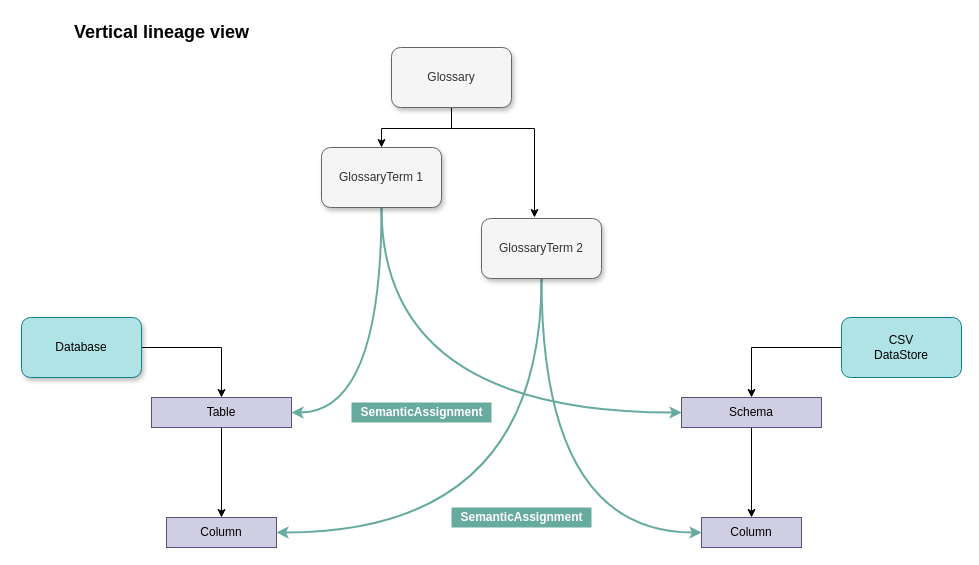
Earlier version of the draw.io diagram page "vertical-view" (4 of 4) of site/docs/features/lineage-management/open-lineage-server.drawio (odpi/egeria-docs). Source tidied: cells renumbered, new cells numbered last; positions are measured from the earlier drawing's top-left corner, leaving out a move shared by most shapes. Both pictures are drawn from the tidied source at 100%, with x=0, y=0 at pixel (21, 17).
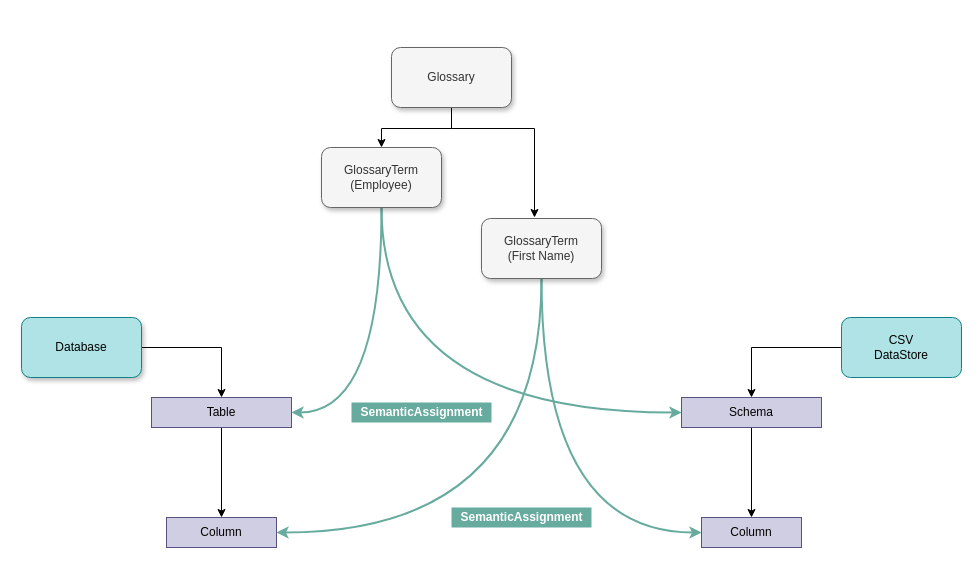
After the change.

Commit message (it also covers changes not shown here):
Add Open lineage server sections in docs

Diff of the diagram source:
```diff
@@
-    <mxCell id="12" value="GlossaryTerm 2" style="rounded=1;whiteSpace=wrap;html=1;fillColor=#f5f5f5;strokeColor=#666666;shadow=1;fontColor=#333333;" parent="1" vertex="1">
+    <mxCell id="12" value="GlossaryTerm&lt;br&gt;(First Name)" style="rounded=1;whiteSpace=wrap;html=1;fillColor=#f5f5f5;strokeColor=#666666;shadow=1;fontColor=#333333;" parent="1" vertex="1">
       <mxGeometry x="460" y="201" width="120" height="60" as="geometry" />
     </mxCell>
@@
-    <mxCell id="15" value="GlossaryTerm 1" style="rounded=1;whiteSpace=wrap;html=1;fillColor=#f5f5f5;strokeColor=#666666;shadow=1;fontColor=#333333;" parent="1" vertex="1">
+    <mxCell id="15" value="GlossaryTerm (Employee)" style="rounded=1;whiteSpace=wrap;html=1;fillColor=#f5f5f5;strokeColor=#666666;shadow=1;fontColor=#333333;" parent="1" vertex="1">
       <mxGeometry x="300" y="130" width="120" height="60" as="geometry" />
     </mxCell>
@@
-    <mxCell id="23" value="Vertical lineage view" style="text;html=1;align=center;verticalAlign=middle;strokeColor=none;fontSize=18;fontStyle=1;" parent="1" vertex="1">
-      <mxGeometry x="45" width="190" height="30" as="geometry" />
-    </mxCell>
```
